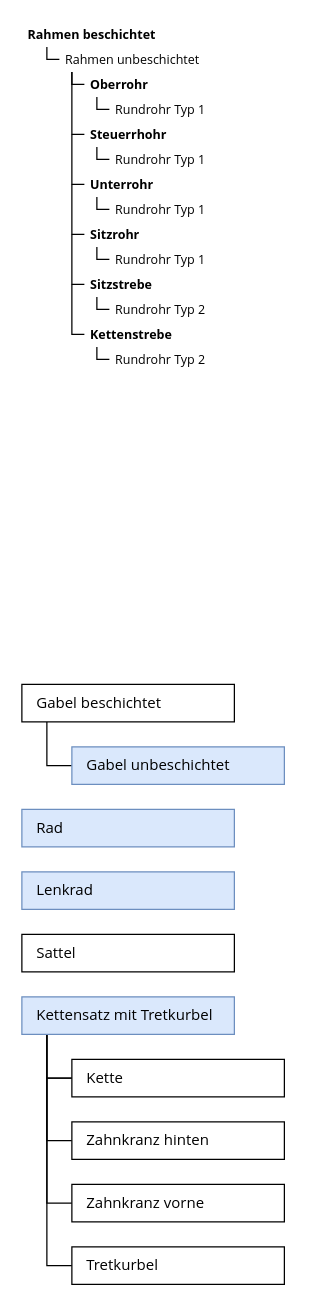
Mint-System/Odoo-Wiki keeps this draw.io diagram as Notes Kurt Gisler/Item Structure Beispiel Produkt Fahrrad.drawio. Above is the earlier version. Source tidied: cells renumbered, new cells numbered last; positions are measured from the earlier drawing's top-left corner, leaving out a move shared by most shapes. Both pictures are drawn from the tidied source at 125%, with x=0, y=0 at pixel (21, 21).
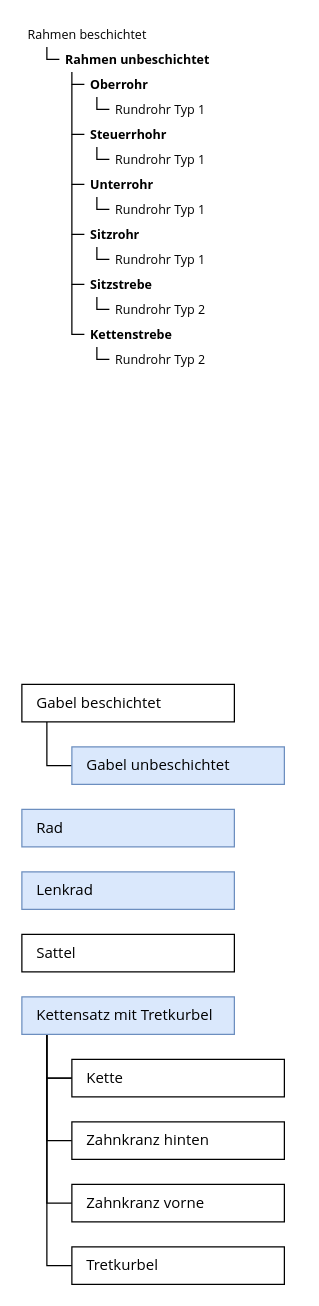
Above is the later version.

What changed in the source:
```diff
@@
-    <mxCell id="2" value="&lt;font face=&quot;Open Sans&quot; style=&quot;font-size: 10px;&quot;&gt;Rahmen beschichtet&lt;/font&gt;" style="rounded=0;whiteSpace=wrap;html=1;spacingLeft=3;align=left;strokeColor=#FFFFFF;fontSize=10;fontStyle=1;" parent="1" vertex="1">
+    <mxCell id="2" value="&lt;font face=&quot;Open Sans&quot; style=&quot;font-size: 10px;&quot;&gt;Rahmen beschichtet&lt;/font&gt;" style="rounded=0;whiteSpace=wrap;html=1;spacingLeft=3;align=left;strokeColor=#FFFFFF;fontSize=10;fontStyle=0;" parent="1" vertex="1">
       <mxGeometry width="150" height="20" as="geometry" />
     </mxCell>
-    <mxCell id="3" value="&lt;font face=&quot;Open Sans&quot; style=&quot;font-size: 10px;&quot;&gt;Rahmen unbeschichtet&lt;/font&gt;" style="rounded=0;whiteSpace=wrap;html=1;align=left;spacingLeft=3;strokeColor=#FFFFFF;fontSize=10;fillColor=none;" parent="1" vertex="1">
-      <mxGeometry x="30" y="20" width="120" height="20" as="geometry" />
+    <mxCell id="3" value="&lt;font face=&quot;Open Sans&quot; style=&quot;font-size: 10px;&quot;&gt;Rahmen unbeschichtet&lt;/font&gt;" style="rounded=0;whiteSpace=wrap;html=1;align=left;spacingLeft=3;strokeColor=#FFFFFF;fontSize=10;fillColor=none;fontStyle=1;" parent="1" vertex="1">
+      <mxGeometry x="30" y="20" width="174" height="20" as="geometry" />
     </mxCell>
@@
-    <mxCell id="25" style="edgeStyle=orthogonalEdgeStyle;rounded=0;orthogonalLoop=1;jettySize=auto;html=1;endArrow=none;endFill=0;exitX=0;exitY=0.5;exitDx=0;exitDy=0;" parent="1" edge="1">
-      <mxGeometry relative="1" as="geometry">
-        <mxPoint x="50" y="90" as="sourcePoint" />
-        <mxPoint x="40" y="40" as="targetPoint" />
-        <Array as="points">
-          <mxPoint x="40" y="90" />
-        </Array>
-      </mxGeometry>
-    </mxCell>
@@
+    <mxCell id="44" style="edgeStyle=orthogonalEdgeStyle;rounded=0;orthogonalLoop=1;jettySize=auto;html=1;endArrow=none;endFill=0;exitX=0;exitY=0.5;exitDx=0;exitDy=0;" parent="1" edge="1">
+      <mxGeometry relative="1" as="geometry">
+        <mxPoint x="50" y="90" as="sourcePoint" />
+        <mxPoint x="40" y="50" as="targetPoint" />
+        <Array as="points">
+          <mxPoint x="40" y="90" />
+        </Array>
+      </mxGeometry>
+    </mxCell>
```
